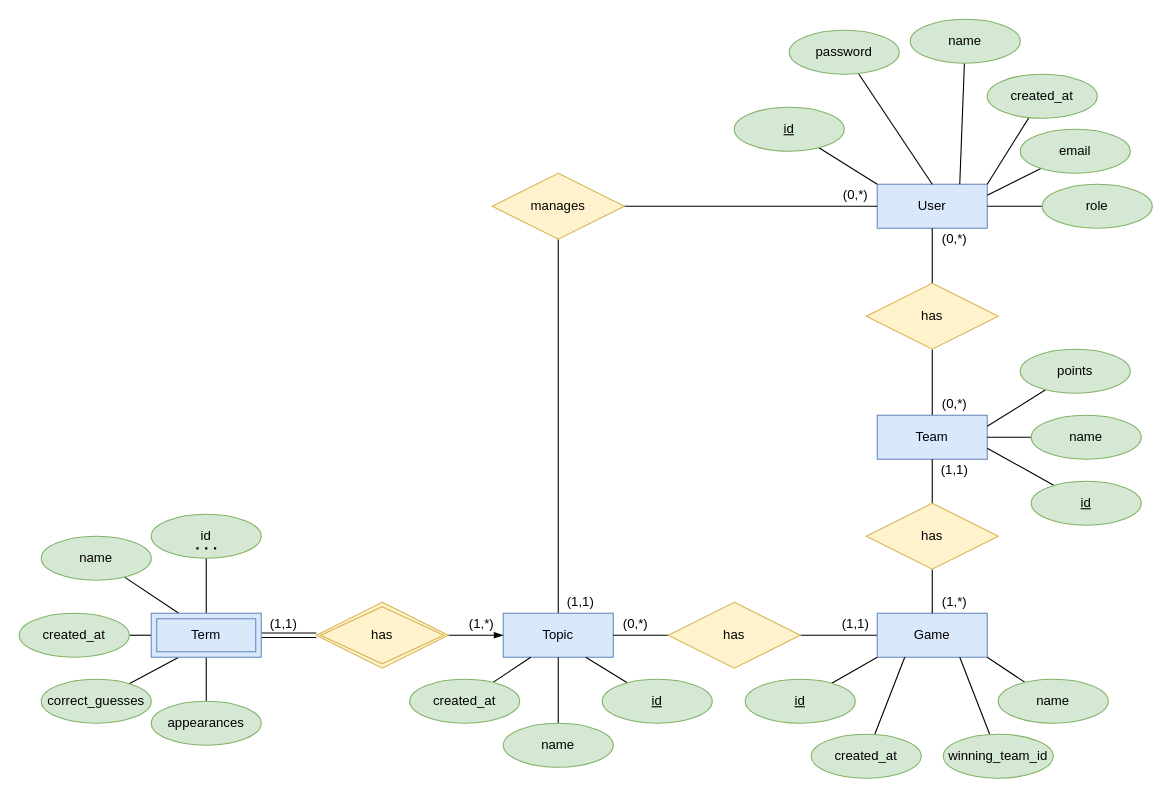
The draw.io diagram documentation/diagrams/er_diagram.drawio in BeyerMart/softwareEngineeringClass-timeGuessGame, before the edit. Source tidied: cells renumbered, new cells numbered last; positions are measured from the earlier drawing's top-left corner, leaving out a move shared by most shapes. Both pictures are drawn from the tidied source at 110%, with x=0, y=0 at pixel (19, 19).
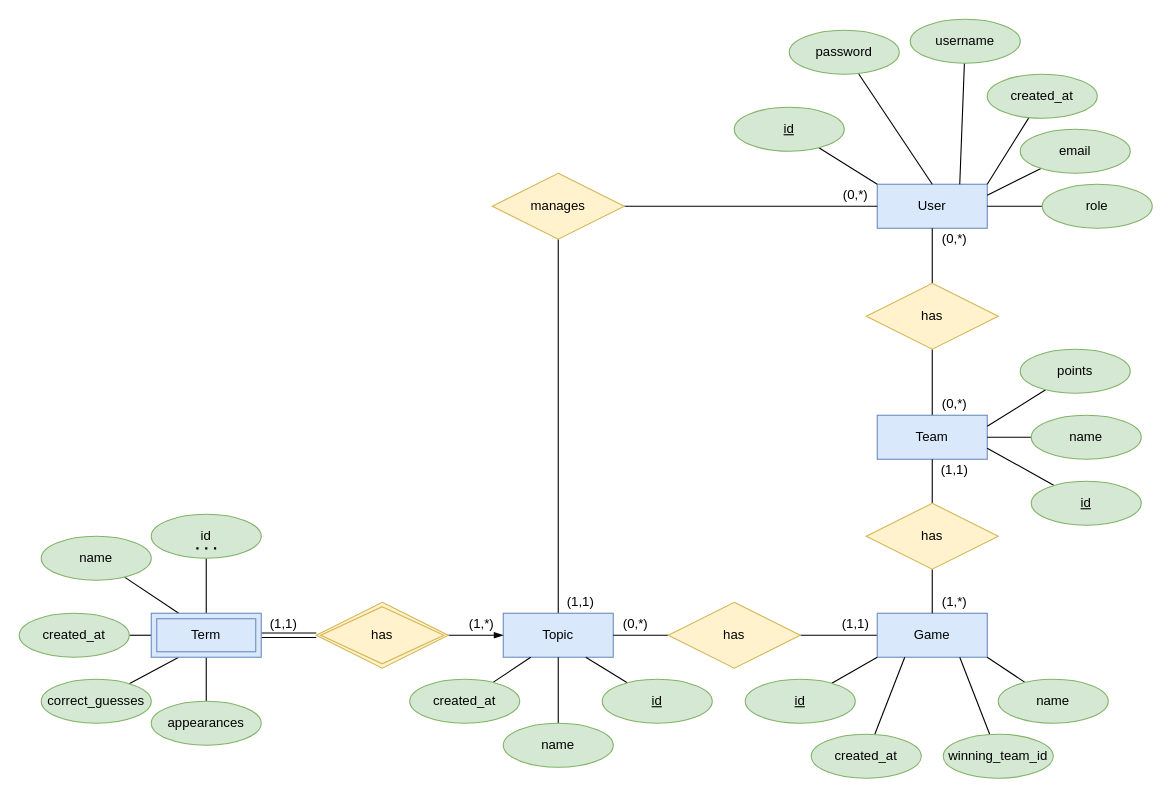
The same page after the edit.

Commit message:
Update user attribute

What changed in the source:
```diff
@@
-    <mxCell id="10" value="name" style="ellipse;whiteSpace=wrap;html=1;align=center;fillColor=#d5e8d4;strokeColor=#82b366;" parent="1" vertex="1">
+    <mxCell id="10" value="username" style="ellipse;whiteSpace=wrap;html=1;align=center;fillColor=#d5e8d4;strokeColor=#82b366;" parent="1" vertex="1">
       <mxGeometry x="810" width="100" height="40" as="geometry" />
     </mxCell>
```
